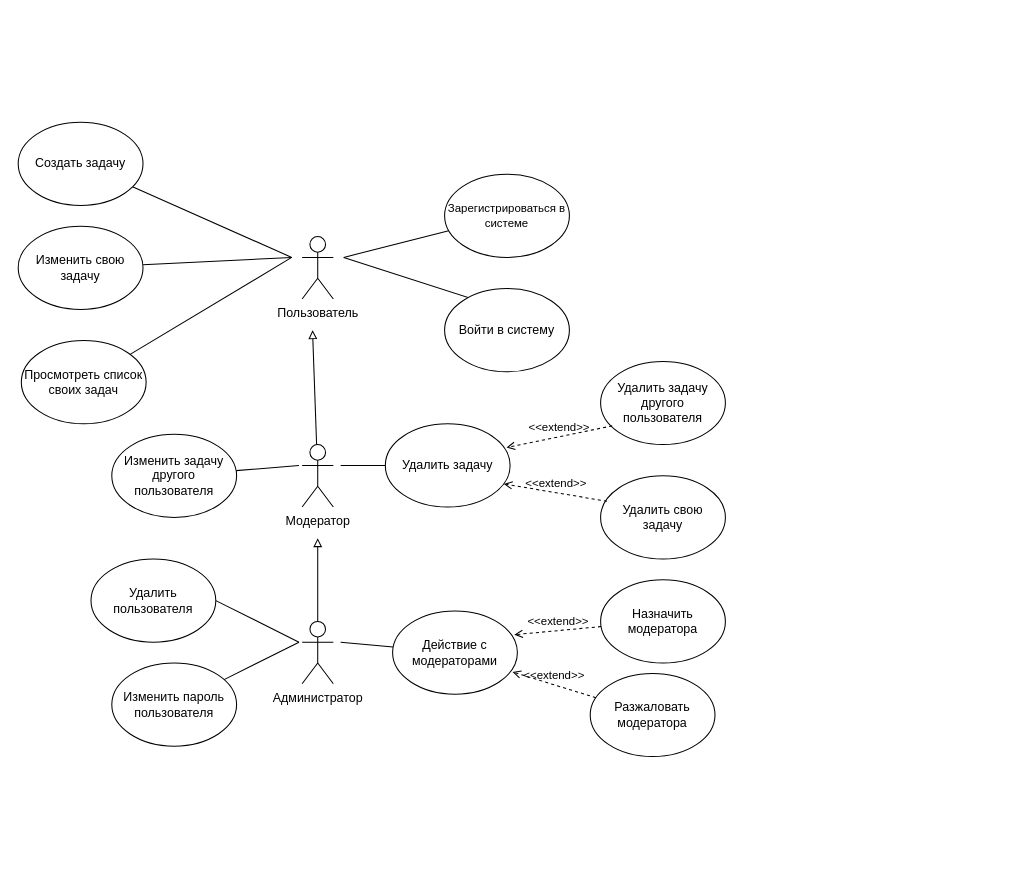
Before: page "Диаграмма ВИ" (1 of 6) of UML/UML_diagrams.drawio in ktoToGdeTo/BachelorDiploma, a draw.io diagram. Source tidied: cells renumbered, new cells numbered last; positions are measured from the earlier drawing's top-left corner, leaving out a move shared by most shapes. Both pictures are drawn from the tidied source at 104%, with x=0, y=0 at pixel (18, 122).
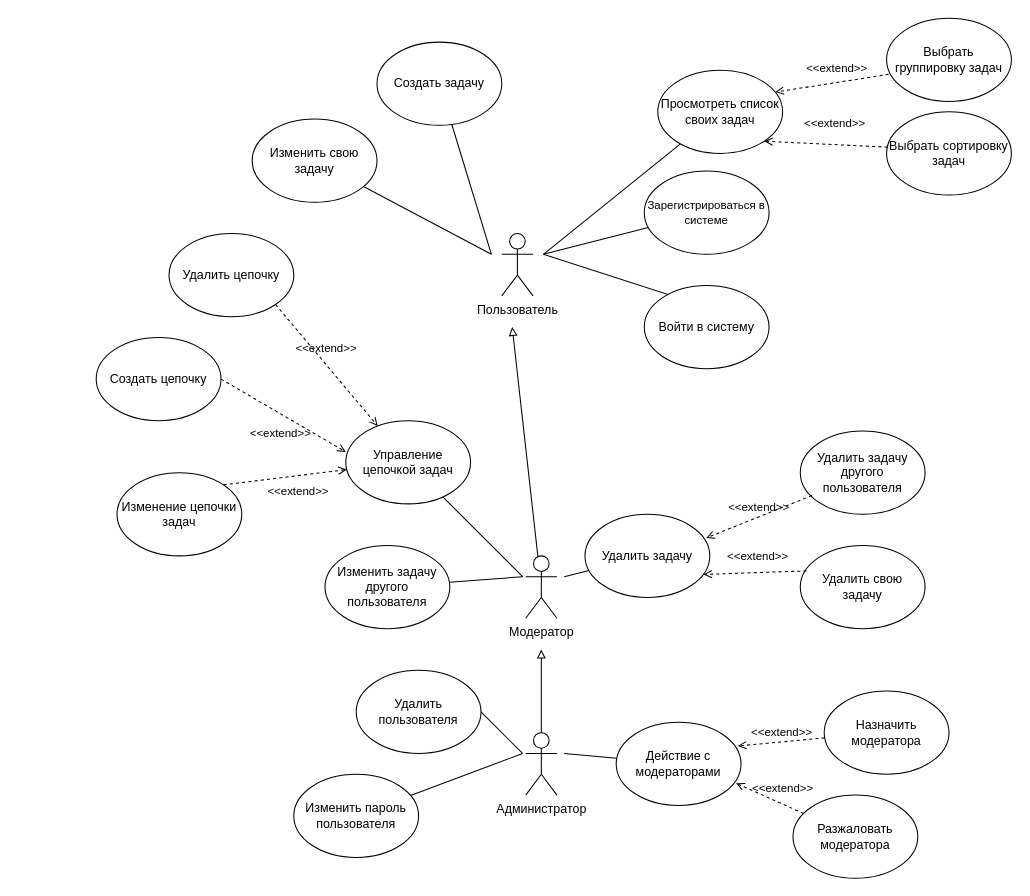
Above is the later version.

What changed in the source:
```diff
@@
     <mxCell id="2" style="rounded=0;jettySize=auto;html=1;entryX=1;entryY=0.5;entryDx=0;entryDy=0;endArrow=none;endFill=0;" parent="1" edge="1" target="10">
       <mxGeometry relative="1" as="geometry">
-        <mxPoint x="313" y="130" as="sourcePoint" />
+        <mxPoint x="505" y="127" as="sourcePoint" />
       </mxGeometry>
     </mxCell>
     <mxCell id="3" value="Пользователь" style="shape=umlActor;verticalLabelPosition=bottom;verticalAlign=top;html=1;" parent="1" vertex="1">
-      <mxGeometry x="273" y="110" width="30" height="60" as="geometry" />
+      <mxGeometry x="465" y="107" width="30" height="60" as="geometry" />
     </mxCell>
     <mxCell id="4" style="rounded=0;jettySize=auto;html=1;endArrow=block;endFill=0;" parent="1" edge="1" source="5">
       <mxGeometry relative="1" as="geometry">
-        <mxPoint x="283" y="200" as="targetPoint" />
+        <mxPoint x="475" y="197" as="targetPoint" />
       </mxGeometry>
     </mxCell>
     <mxCell id="5" value="Модератор" style="shape=umlActor;verticalLabelPosition=bottom;verticalAlign=top;html=1;outlineConnect=0;" parent="1" vertex="1">
-      <mxGeometry x="273" y="310" width="30" height="60" as="geometry" />
+      <mxGeometry x="488" y="417" width="30" height="60" as="geometry" />
     </mxCell>
     <mxCell id="6" style="rounded=0;jettySize=auto;html=1;endArrow=block;endFill=0;" parent="1" edge="1" source="7">
       <mxGeometry relative="1" as="geometry">
-        <mxPoint x="288" y="400" as="targetPoint" />
+        <mxPoint x="503" y="507" as="targetPoint" />
       </mxGeometry>
     </mxCell>
     <mxCell id="7" value="Администратор" style="shape=umlActor;verticalLabelPosition=bottom;verticalAlign=top;html=1;outlineConnect=0;" parent="1" vertex="1">
-      <mxGeometry x="273" y="480" width="30" height="60" as="geometry" />
+      <mxGeometry x="488" y="587" width="30" height="60" as="geometry" />
     </mxCell>
     <mxCell id="8" style="rounded=0;jettySize=auto;html=1;startArrow=none;startFill=0;endArrow=none;endFill=0;" parent="1" edge="1" source="9">
       <mxGeometry relative="1" as="geometry">
-        <mxPoint x="263" y="130" as="targetPoint" />
+        <mxPoint x="455" y="127" as="targetPoint" />
       </mxGeometry>
     </mxCell>
     <mxCell id="9" value="Изменить свою задачу" style="ellipse;whiteSpace=wrap;html=1;" parent="1" vertex="1">
-      <mxGeometry y="100" width="120" height="80" as="geometry" />
+      <mxGeometry x="225" y="-3" width="120" height="80" as="geometry" />
     </mxCell>
     <mxCell id="10" value="Войти в систему" style="ellipse;whiteSpace=wrap;html=1;" parent="1" vertex="1">
-      <mxGeometry x="410" y="160" width="120" height="80" as="geometry" />
+      <mxGeometry x="602" y="157" width="120" height="80" as="geometry" />
     </mxCell>
     <mxCell id="11" style="rounded=0;jettySize=auto;html=1;endArrow=none;endFill=0;" parent="1" edge="1" source="12">
       <mxGeometry relative="1" as="geometry">
-        <mxPoint x="313" y="130" as="targetPoint" />
+        <mxPoint x="505" y="127" as="targetPoint" />
       </mxGeometry>
     </mxCell>
     <mxCell id="12" value="Зарегистрироваться в системе" style="ellipse;whiteSpace=wrap;html=1;fontSize=11;spacing=4;" parent="1" vertex="1">
-      <mxGeometry x="410" y="50" width="120" height="80" as="geometry" />
+      <mxGeometry x="602" y="47" width="120" height="80" as="geometry" />
     </mxCell>
     <mxCell id="13" style="rounded=0;jettySize=auto;html=1;startArrow=none;startFill=0;endArrow=none;endFill=0;" parent="1" edge="1" source="14">
       <mxGeometry relative="1" as="geometry">
-        <mxPoint x="263" y="130" as="targetPoint" />
+        <mxPoint x="455" y="127" as="targetPoint" />
       </mxGeometry>
     </mxCell>
     <mxCell id="14" value="Создать задачу" style="ellipse;whiteSpace=wrap;html=1;" parent="1" vertex="1">
-      <mxGeometry width="120" height="80" as="geometry" />
+      <mxGeometry x="345" y="-77" width="120" height="80" as="geometry" />
     </mxCell>
     <mxCell id="15" style="rounded=0;jettySize=auto;html=1;endArrow=none;endFill=0;" parent="1" edge="1" source="16">
       <mxGeometry relative="1" as="geometry">
-        <mxPoint x="310" y="330" as="targetPoint" />
+        <mxPoint x="525" y="437" as="targetPoint" />
       </mxGeometry>
     </mxCell>
     <mxCell id="16" value="Удалить задачу" style="ellipse;whiteSpace=wrap;html=1;" parent="1" vertex="1">
-      <mxGeometry x="353" y="290" width="120" height="80" as="geometry" />
+      <mxGeometry x="545" y="377" width="120" height="80" as="geometry" />
     </mxCell>
     <mxCell id="17" style="rounded=0;jettySize=auto;html=1;exitX=1;exitY=0.5;exitDx=0;exitDy=0;endArrow=none;endFill=0;" parent="1" edge="1" source="18">
       <mxGeometry relative="1" as="geometry">
-        <mxPoint x="270" y="500" as="targetPoint" />
+        <mxPoint x="485" y="607" as="targetPoint" />
       </mxGeometry>
     </mxCell>
     <mxCell id="18" value="Удалить пользователя" style="ellipse;whiteSpace=wrap;html=1;" parent="1" vertex="1">
-      <mxGeometry x="70" y="420" width="120" height="80" as="geometry" />
+      <mxGeometry x="325" y="527" width="120" height="80" as="geometry" />
     </mxCell>
     <mxCell id="19" style="rounded=0;jettySize=auto;html=1;endArrow=none;endFill=0;" parent="1" edge="1" source="20">
       <mxGeometry relative="1" as="geometry">
-        <mxPoint x="270" y="500" as="targetPoint" />
+        <mxPoint x="485" y="607" as="targetPoint" />
       </mxGeometry>
     </mxCell>
     <mxCell id="20" value="Изменить пароль пользователя" style="ellipse;whiteSpace=wrap;html=1;" parent="1" vertex="1">
-      <mxGeometry x="90" y="520" width="120" height="80" as="geometry" />
+      <mxGeometry x="265" y="627" width="120" height="80" as="geometry" />
     </mxCell>
     <mxCell id="21" style="rounded=0;jettySize=auto;html=1;endArrow=none;endFill=0;" parent="1" edge="1" source="22">
       <mxGeometry relative="1" as="geometry">
-        <mxPoint x="310" y="500" as="targetPoint" />
+        <mxPoint x="525" y="607" as="targetPoint" />
       </mxGeometry>
     </mxCell>
     <mxCell id="22" value="Действие с модераторами" style="ellipse;whiteSpace=wrap;html=1;" parent="1" vertex="1">
-      <mxGeometry x="360" y="470" width="120" height="80" as="geometry" />
+      <mxGeometry x="575" y="577" width="120" height="80" as="geometry" />
     </mxCell>
     <mxCell id="23" style="rounded=0;jettySize=auto;html=1;endArrow=none;endFill=0;" parent="1" edge="1" source="24">
       <mxGeometry relative="1" as="geometry">
-        <mxPoint x="270" y="330" as="targetPoint" />
+        <mxPoint x="485" y="437" as="targetPoint" />
       </mxGeometry>
     </mxCell>
     <mxCell id="24" value="Изменить задачу другого пользователя" style="ellipse;whiteSpace=wrap;html=1;" parent="1" vertex="1">
-      <mxGeometry x="90" y="300" width="120" height="80" as="geometry" />
+      <mxGeometry x="295" y="407" width="120" height="80" as="geometry" />
     </mxCell>
     <mxCell id="25" style="rounded=0;jettySize=auto;html=1;startArrow=none;startFill=0;endArrow=none;endFill=0;" parent="1" edge="1" source="26">
       <mxGeometry relative="1" as="geometry">
-        <mxPoint x="263" y="130" as="targetPoint" />
+        <mxPoint x="505" y="127" as="targetPoint" />
       </mxGeometry>
     </mxCell>
     <mxCell id="26" value="Просмотреть список своих задач" style="ellipse;whiteSpace=wrap;html=1;" parent="1" vertex="1">
-      <mxGeometry x="3" y="210" width="120" height="80" as="geometry" />
+      <mxGeometry x="615" y="-50" width="120" height="80" as="geometry" />
     </mxCell>
     <mxCell id="27" value="Удалить свою задачу" style="ellipse;whiteSpace=wrap;html=1;" parent="1" vertex="1">
-      <mxGeometry x="560" y="340" width="120" height="80" as="geometry" />
+      <mxGeometry x="752" y="407" width="120" height="80" as="geometry" />
     </mxCell>
     <mxCell id="28" value="Удалить задачу другого пользователя" style="ellipse;whiteSpace=wrap;html=1;" parent="1" vertex="1">
-      <mxGeometry x="560" y="230" width="120" height="80" as="geometry" />
+      <mxGeometry x="752" y="297" width="120" height="80" as="geometry" />
     </mxCell>
     <mxCell id="29" value="&amp;lt;&amp;lt;extend&amp;gt;&amp;gt;" style="html=1;verticalAlign=bottom;labelBackgroundColor=none;endArrow=open;endFill=0;dashed=1;rounded=0;exitX=0.051;exitY=0.306;exitDx=0;exitDy=0;entryX=0.95;entryY=0.723;entryDx=0;entryDy=0;exitPerimeter=0;entryPerimeter=0;" parent="1" edge="1" source="27" target="16">
-      <mxGeometry relative="1" as="geometry" />
+      <mxGeometry x="-0.05" y="-7" relative="1" as="geometry" />
     </mxCell>
@@
     <mxCell id="31" value="Назначить модератора" style="ellipse;whiteSpace=wrap;html=1;" parent="1" vertex="1">
-      <mxGeometry x="560" y="440" width="120" height="80" as="geometry" />
+      <mxGeometry x="775" y="547" width="120" height="80" as="geometry" />
     </mxCell>
     <mxCell id="32" value="Разжаловать модератора" style="ellipse;whiteSpace=wrap;html=1;" parent="1" vertex="1">
-      <mxGeometry x="550" y="530" width="120" height="80" as="geometry" />
+      <mxGeometry x="745" y="647" width="120" height="80" as="geometry" />
     </mxCell>
@@
     <mxCell id="34" value="&amp;lt;&amp;lt;extend&amp;gt;&amp;gt;" style="html=1;verticalAlign=bottom;labelBackgroundColor=none;endArrow=open;endFill=0;dashed=1;rounded=0;entryX=0.961;entryY=0.733;entryDx=0;entryDy=0;entryPerimeter=0;" parent="1" edge="1" source="32" target="22">
-      <mxGeometry relative="1" as="geometry" />
+      <mxGeometry x="-0.33" y="-5" relative="1" as="geometry" />
     </mxCell>
+    <mxCell id="35" value="Выбрать группировку задач" style="ellipse;whiteSpace=wrap;html=1;" parent="1" vertex="1">
+      <mxGeometry x="835" y="-100" width="120" height="80" as="geometry" />
+    </mxCell>
+    <mxCell id="36" value="Выбрать сортировку задач" style="ellipse;whiteSpace=wrap;html=1;" parent="1" vertex="1">
+      <mxGeometry x="835" y="-10" width="120" height="80" as="geometry" />
+    </mxCell>
+    <mxCell id="37" value="&amp;lt;&amp;lt;extend&amp;gt;&amp;gt;" style="html=1;verticalAlign=bottom;labelBackgroundColor=none;endArrow=open;endFill=0;dashed=1;rounded=0;entryX=0.942;entryY=0.263;entryDx=0;entryDy=0;exitX=0.017;exitY=0.675;exitDx=0;exitDy=0;entryPerimeter=0;exitPerimeter=0;" parent="1" edge="1" source="35" target="26">
+      <mxGeometry x="-0.09" y="-5" relative="1" as="geometry" />
+    </mxCell>
+    <mxCell id="38" value="&amp;lt;&amp;lt;extend&amp;gt;&amp;gt;" style="html=1;verticalAlign=bottom;labelBackgroundColor=none;endArrow=open;endFill=0;dashed=1;rounded=0;exitX=0.008;exitY=0.425;exitDx=0;exitDy=0;exitPerimeter=0;entryX=1;entryY=1;entryDx=0;entryDy=0;" parent="1" edge="1" source="36" target="26">
+      <mxGeometry x="-0.13" y="-12" relative="1" as="geometry" />
+    </mxCell>
+    <mxCell id="39" style="rounded=0;jettySize=auto;html=1;endArrow=none;endFill=0;" parent="1" edge="1" source="40">
+      <mxGeometry relative="1" as="geometry">
+        <mxPoint x="485" y="437" as="targetPoint" />
+      </mxGeometry>
+    </mxCell>
+    <mxCell id="40" value="Управление цепочкой задач" style="ellipse;whiteSpace=wrap;html=1;" parent="1" vertex="1">
+      <mxGeometry x="315" y="287" width="120" height="80" as="geometry" />
+    </mxCell>
+    <mxCell id="41" value="Удалить цепочку" style="ellipse;whiteSpace=wrap;html=1;" parent="1" vertex="1">
+      <mxGeometry x="145" y="107" width="120" height="80" as="geometry" />
+    </mxCell>
+    <mxCell id="42" value="Создать цепочку" style="ellipse;whiteSpace=wrap;html=1;" parent="1" vertex="1">
+      <mxGeometry x="75" y="207" width="120" height="80" as="geometry" />
+    </mxCell>
+    <mxCell id="43" value="&amp;lt;&amp;lt;extend&amp;gt;&amp;gt;" style="html=1;verticalAlign=bottom;labelBackgroundColor=none;endArrow=open;endFill=0;dashed=1;rounded=0;exitX=1;exitY=1;exitDx=0;exitDy=0;" parent="1" edge="1" source="41" target="40">
+      <mxGeometry x="-0.08" y="5" relative="1" as="geometry" />
+    </mxCell>
+    <mxCell id="44" value="&amp;lt;&amp;lt;extend&amp;gt;&amp;gt;" style="html=1;verticalAlign=bottom;labelBackgroundColor=none;endArrow=open;endFill=0;dashed=1;rounded=0;entryX=0;entryY=0.375;entryDx=0;entryDy=0;exitX=1;exitY=0.5;exitDx=0;exitDy=0;entryPerimeter=0;" parent="1" edge="1" source="42" target="40">
+      <mxGeometry x="0.15" y="-24" relative="1" as="geometry" />
+    </mxCell>
+    <mxCell id="45" value="Изменение цепочки задач" style="ellipse;whiteSpace=wrap;html=1;" parent="1" vertex="1">
+      <mxGeometry x="95" y="337" width="120" height="80" as="geometry" />
+    </mxCell>
+    <mxCell id="46" value="&amp;lt;&amp;lt;extend&amp;gt;&amp;gt;" style="html=1;verticalAlign=bottom;labelBackgroundColor=none;endArrow=open;endFill=0;dashed=1;rounded=0;exitX=1;exitY=0;exitDx=0;exitDy=0;" parent="1" edge="1" source="45" target="40">
+      <mxGeometry x="0.15" y="-24" relative="1" as="geometry" />
+    </mxCell>
```
